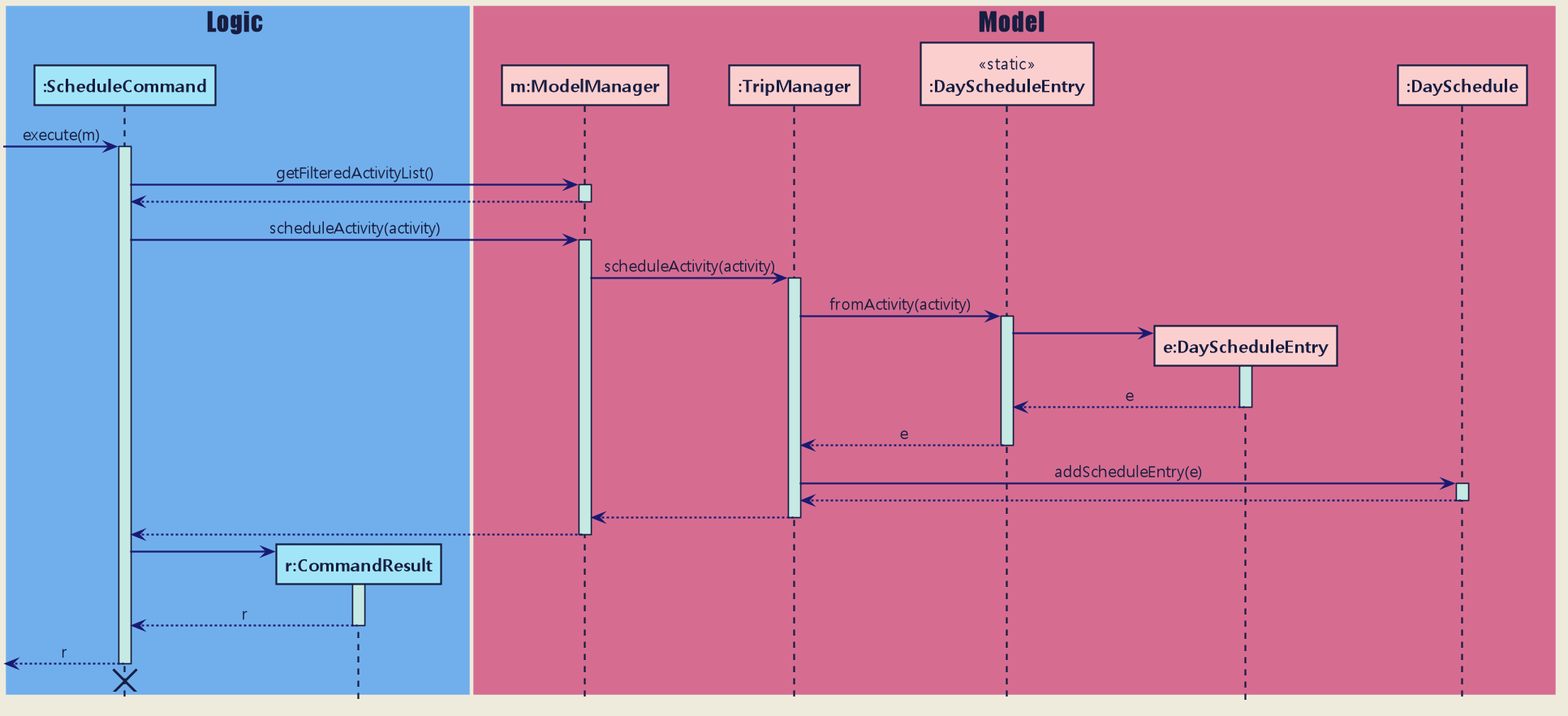
Before: docs/images/developer-guide/schedule-feature/ScheduleCommandExecution.png, a diagram exported from PlantUML (zenatrick/main).
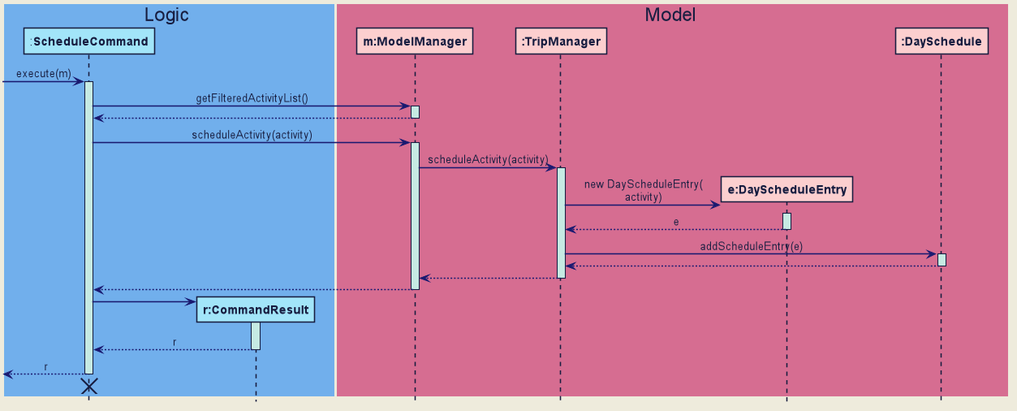
Above is the later version.

What changed in the source:
```diff
@@ -1,6 +1,4 @@
 @startuml
-
-
 
 
 
@@ -15,7 +13,7 @@
 
 skinparam Default {
     FontColor #171D40
-    FontName Malgun Gothic
+    FontName Arial
     TextAlignment center
 }
 
@@ -26,7 +24,7 @@
 
 skinparam Title {
     FontColor #171D40
-    FontName Impact
+    FontName Arial
     FontSize 22
 }
 
@@ -35,15 +33,33 @@
     Color MidNightBlue
 }
 
+skinparam Note {
+    BackgroundColor #C6EAE3
+    FontColor MidNightBlue
+    BorderColor MidNightBlue
+    BorderThickness 2
+}
+
 skinparam Class {
     BorderThickness 1
     BorderColor #171D40
-    BackgroundColor MediumAquaMarine
+    BackgroundColor #A2E5F9
     AttributeFontColor MidNightBlue
     AttributeIconSize 0
     StereotypeFontColor #171D40
     StereotypeFontStyle normal
-    FontName Impact
+    FontName Arial
+}
+
+skinparam Object {
+    BorderThickness 2
+    BorderColor #171D40
+    BackgroundColor #C6EAE3
+    AttributeFontColor MidNightBlue
+    AttributeIconSize 0
+    StereotypeFontColor #171D40
+    StereotypeFontStyle normal
+    FontName Arial
 }
 
 skinparam Actor {
@@ -62,9 +78,8 @@
     ReferenceBorderColor #171D40
     TitleFontColor #171D40
     StereotypeFontStyle normal
-
     BoxFontSize 22
-    BoxFontName Impact
+    BoxFontName Arial
     BoxFontStyle normal
     BoxPadding 0
     BoxBorderColor #EEEBDC
@@ -79,8 +94,8 @@
     EndColor #171D40
     BorderThickness 1.5
     BorderColor #171D40
-    BackgroundColor MediumAquaMarine
-    DiamondBackgroundColor MediumAquaMarine
+    BackgroundColor #A2E5F9
+    DiamondBackgroundColor #A2E5F9
     DiamondBorderColor #171D40
 }
 
@@ -96,7 +111,6 @@
 skinparam BoxWidth 5000
 participant "**m:ModelManager**" as ModelManager #FCCFCF
 participant "**:TripManager**" as TripManager #FCCFCF
-participant "**:DayScheduleEntry**"  as DayScheduleEntryStatic <<static>> #FCCFCF
 participant "**e:DayScheduleEntry**" as DayScheduleEntry #FCCFCF
 participant "**:DaySchedule**" as DaySchedule #FCCFCF
 
@@ -117,18 +131,12 @@
 ModelManager -> TripManager : scheduleActivity(activity)
 activate TripManager
 
-TripManager -> DayScheduleEntryStatic : fromActivity(activity)
-activate DayScheduleEntryStatic
-
 create DayScheduleEntry
-DayScheduleEntryStatic -> DayScheduleEntry
+TripManager -> DayScheduleEntry : new DayScheduleEntry(\nactivity)
 activate DayScheduleEntry
 
-DayScheduleEntry --> DayScheduleEntryStatic : e
+DayScheduleEntry --> TripManager : e
 deactivate DayScheduleEntry
-
-DayScheduleEntryStatic --> TripManager : e
-deactivate
 
 TripManager -> DaySchedule : addScheduleEntry(e)
 activate DaySchedule
```
